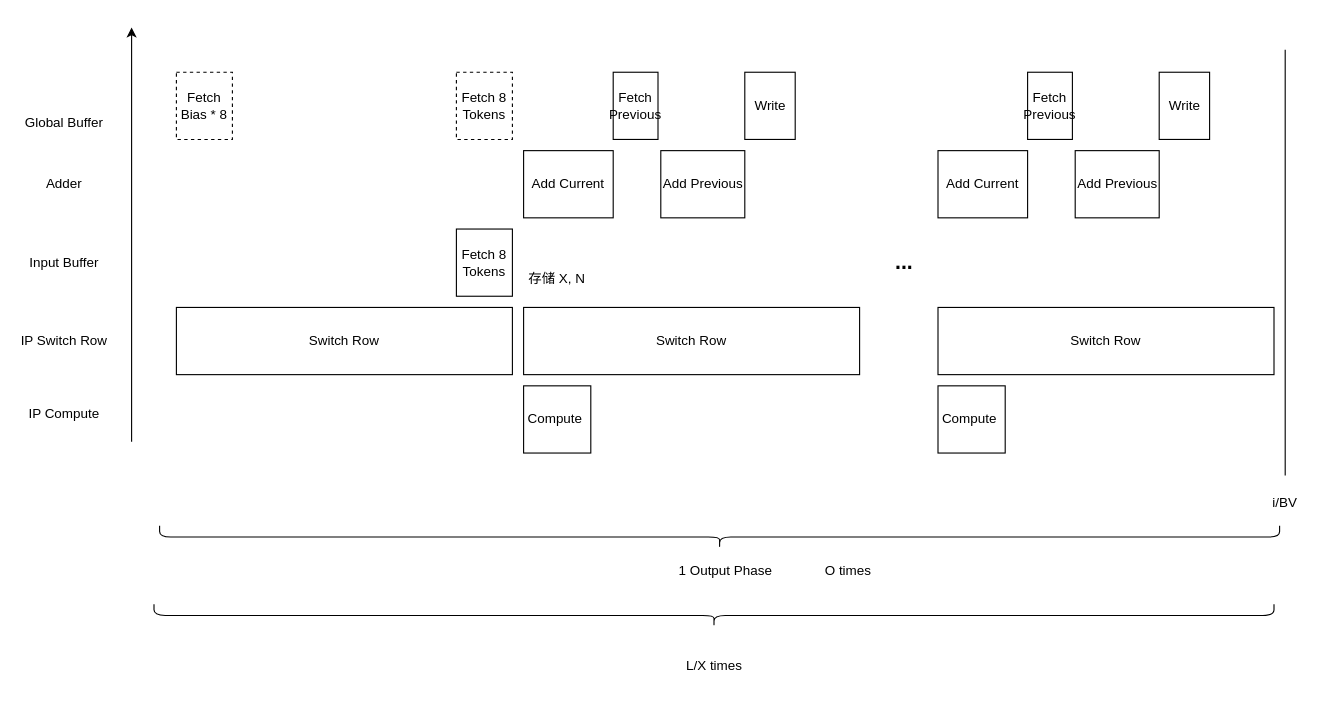
Earlier version of the draw.io diagram page "Token-Linear 1cXr" (5 of 8) of Segformer.drawio (Devil-SX/draw-io). Source tidied: cells renumbered, new cells numbered last; positions are measured from the earlier drawing's top-left corner, leaving out a move shared by most shapes. Both pictures are drawn from the tidied source at 112%, with x=0, y=0 at pixel (19, -24).
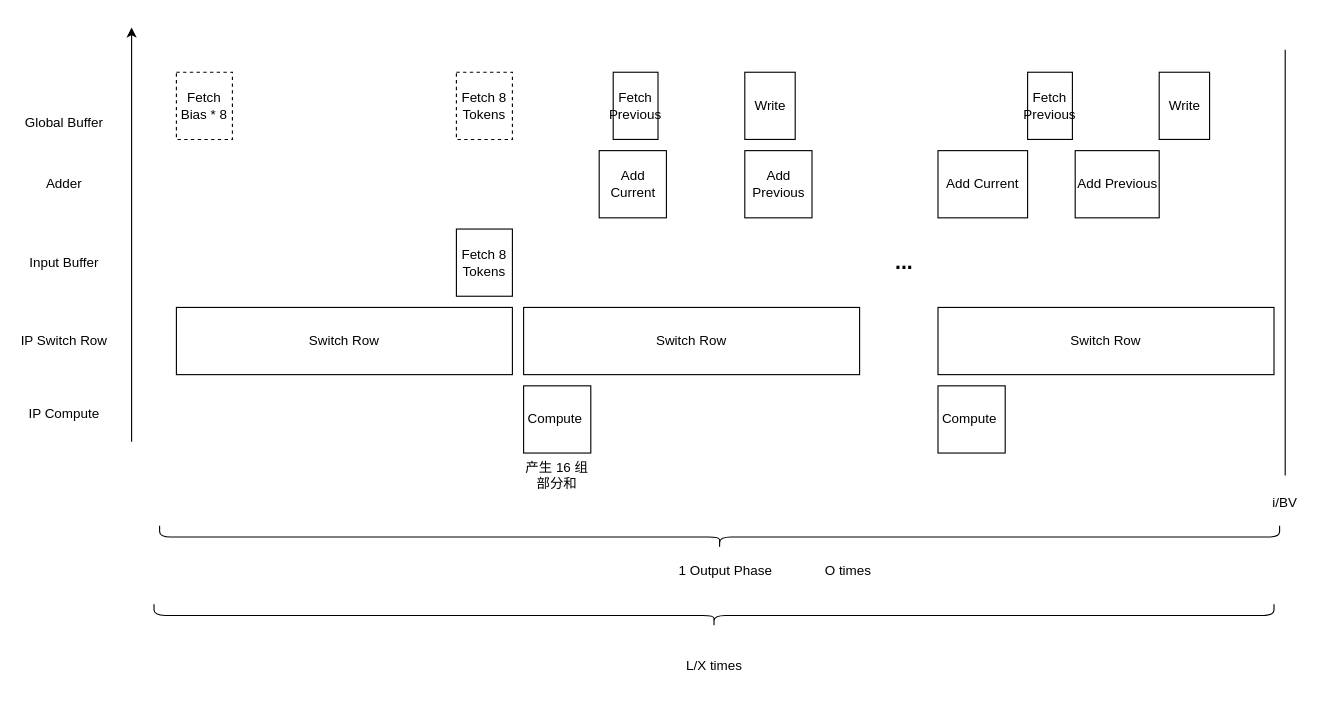
After the change.

Change to the diagram source:
```diff
@@
-    <mxCell id="20" value="存储 X, N" style="text;html=1;strokeColor=none;fillColor=none;align=center;verticalAlign=middle;whiteSpace=wrap;rounded=0;" parent="1" vertex="1">
-      <mxGeometry x="450" y="255" width="60" height="30" as="geometry" />
-    </mxCell>
@@
     <mxCell id="23" value="Add Current" style="rounded=0;whiteSpace=wrap;html=1;" parent="1" vertex="1">
-      <mxGeometry x="450" y="155" width="80" height="60" as="geometry" />
+      <mxGeometry x="517.5" y="155" width="60" height="60" as="geometry" />
     </mxCell>
     <mxCell id="24" value="Add Previous" style="rounded=0;whiteSpace=wrap;html=1;" parent="1" vertex="1">
-      <mxGeometry x="572.5" y="155" width="75" height="60" as="geometry" />
+      <mxGeometry x="647.5" y="155" width="60" height="60" as="geometry" />
     </mxCell>
@@
+    <mxCell id="33" value="产生 16 组部分和" style="text;html=1;strokeColor=none;fillColor=none;align=center;verticalAlign=middle;whiteSpace=wrap;rounded=0;" parent="1" vertex="1">
+      <mxGeometry x="450" y="430" width="60" height="30" as="geometry" />
+    </mxCell>
```
